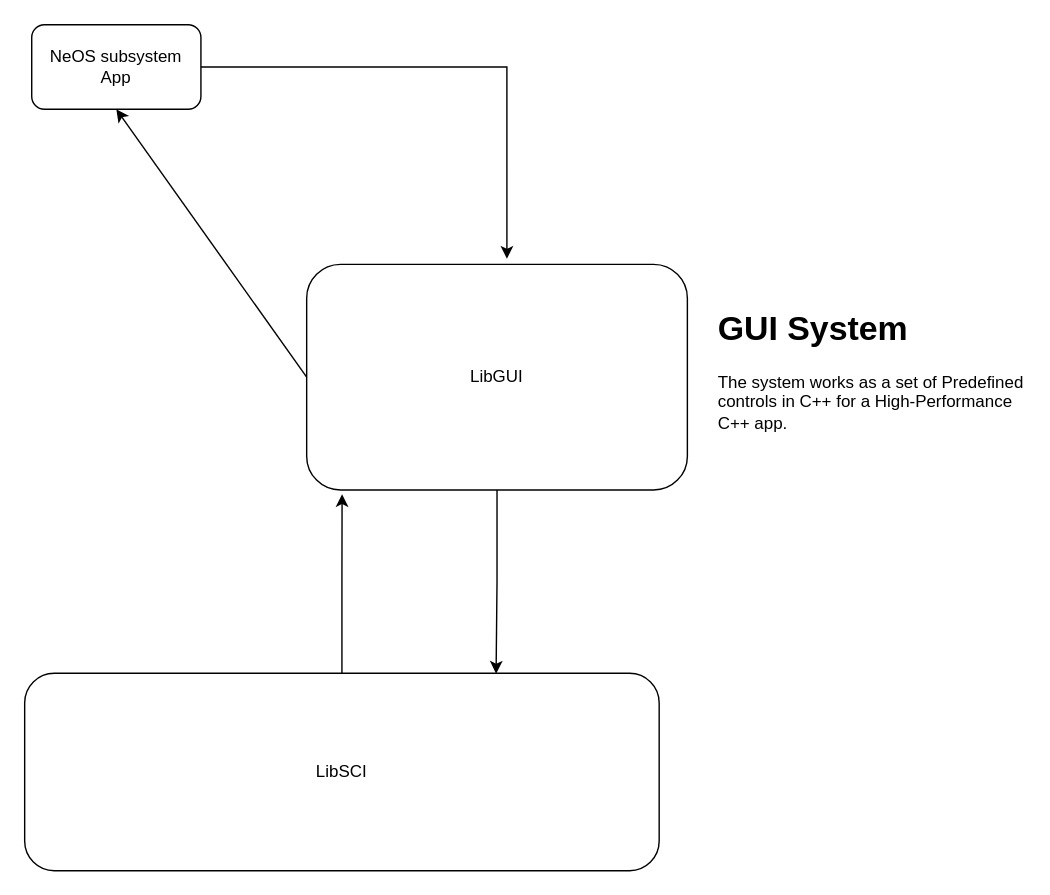
This is docs/GUI_DESIGN.drawio from nekernel-org/nekernel, a draw.io file, before an edit. Source tidied: cells renumbered, new cells numbered last; positions are measured from the earlier drawing's top-left corner, leaving out a move shared by most shapes. Both pictures are drawn from the tidied source at 141%, with x=0, y=0 at pixel (24, 24).
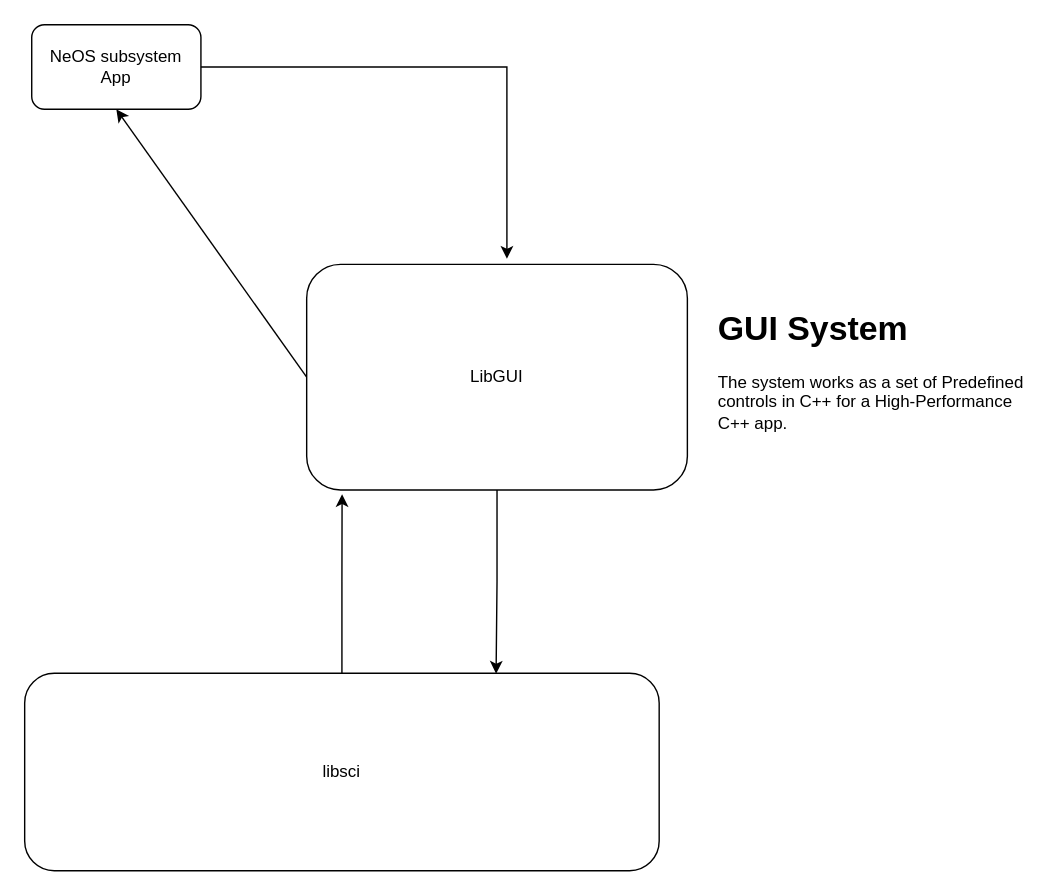
The same page after the edit.

Diff of the diagram source:
```diff
@@
 <mxGraphModel>
   <root>
     <mxCell id="0" />
     <mxCell id="1" parent="0" />
-    <mxCell id="2" value="LibSCI" style="rounded=1;whiteSpace=wrap;html=1;" parent="1" vertex="1">
+    <mxCell id="2" value="libsci" style="rounded=1;whiteSpace=wrap;html=1;" parent="1" vertex="1">
       <mxGeometry y="460" width="450" height="140" as="geometry" />
     </mxCell>
     <mxCell id="3" style="edgeStyle=none;html=1;exitX=0;exitY=0.5;exitDx=0;exitDy=0;entryX=0.5;entryY=1;entryDx=0;entryDy=0;" parent="1" edge="1" source="4" target="7">
       <mxGeometry relative="1" as="geometry" />
     </mxCell>
     <mxCell id="4" value="LibGUI" style="rounded=1;whiteSpace=wrap;html=1;" parent="1" vertex="1">
       <mxGeometry x="200" y="170" width="270" height="160" as="geometry" />
     </mxCell>
     <mxCell id="5" style="edgeStyle=orthogonalEdgeStyle;rounded=0;jettySize=auto;html=1;entryX=0.093;entryY=1.019;entryDx=0;entryDy=0;entryPerimeter=0;" parent="1" edge="1" source="2" target="4">
       <mxGeometry relative="1" as="geometry" />
     </mxCell>
     <mxCell id="6" value="&lt;h1 style=&quot;margin-top: 0px;&quot;&gt;GUI System&lt;span style=&quot;white-space: pre;&quot;&gt;&#9;&lt;/span&gt;&lt;/h1&gt;&lt;p&gt;The system works as a set of Predefined controls in C++ for a High-Performance C++ app.&lt;/p&gt;" style="text;html=1;whiteSpace=wrap;overflow=hidden;rounded=0;" parent="1" vertex="1">
       <mxGeometry x="490" y="195" width="220" height="110" as="geometry" />
     </mxCell>
     <mxCell id="7" value="NeOS subsystem&lt;div&gt;App&lt;/div&gt;" style="rounded=1;whiteSpace=wrap;html=1;" parent="1" vertex="1">
       <mxGeometry x="5" width="120" height="60" as="geometry" />
     </mxCell>
     <mxCell id="8" style="edgeStyle=orthogonalEdgeStyle;rounded=0;jettySize=auto;html=1;entryX=0.526;entryY=-0.025;entryDx=0;entryDy=0;entryPerimeter=0;" parent="1" edge="1" source="7" target="4">
       <mxGeometry relative="1" as="geometry" />
     </mxCell>
     <mxCell id="9" style="edgeStyle=orthogonalEdgeStyle;rounded=0;jettySize=auto;html=1;exitX=0.5;exitY=1;exitDx=0;exitDy=0;entryX=0.743;entryY=0.002;entryDx=0;entryDy=0;entryPerimeter=0;" parent="1" edge="1" source="4" target="2">
       <mxGeometry relative="1" as="geometry" />
     </mxCell>
   </root>
 </mxGraphModel>
```
